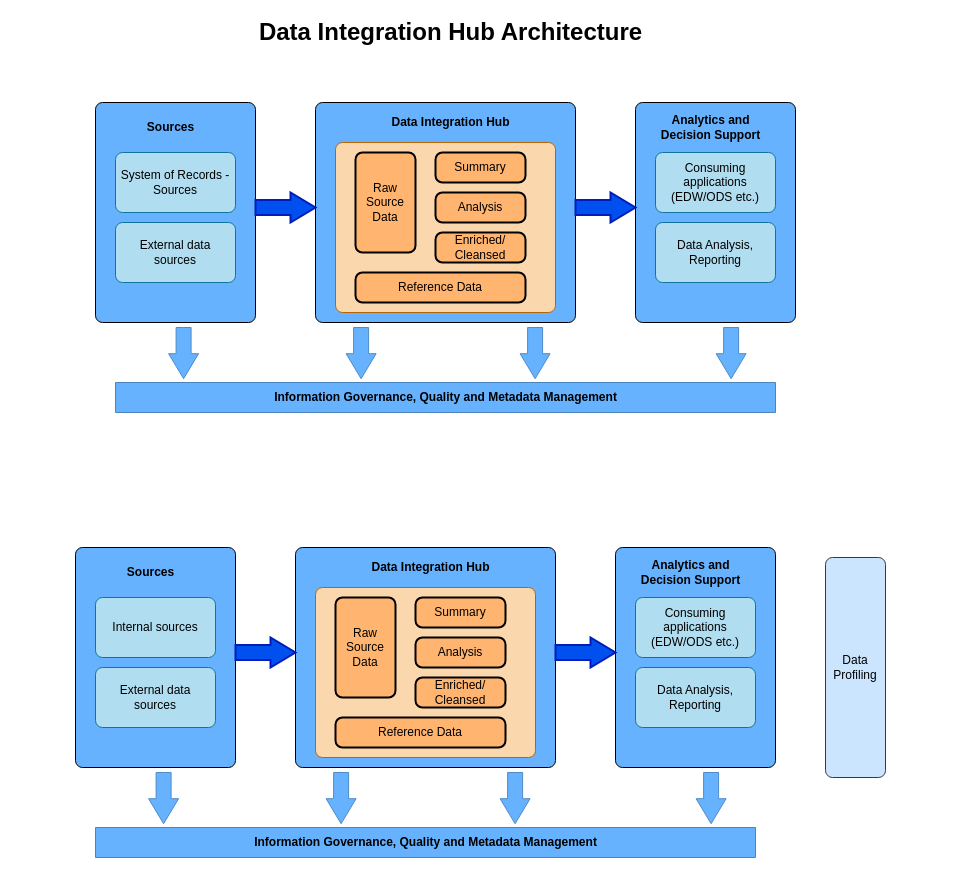
The draw.io diagram page "DIH Architecture" (3 of 3) of Single Customer View.drawio in uyennt01/Project1, before the edit. Source tidied: cells renumbered, new cells numbered last; positions are measured from the earlier drawing's top-left corner, leaving out a move shared by most shapes. Both pictures are drawn from the tidied source at 100%, with x=0, y=0 at pixel (75, 17).
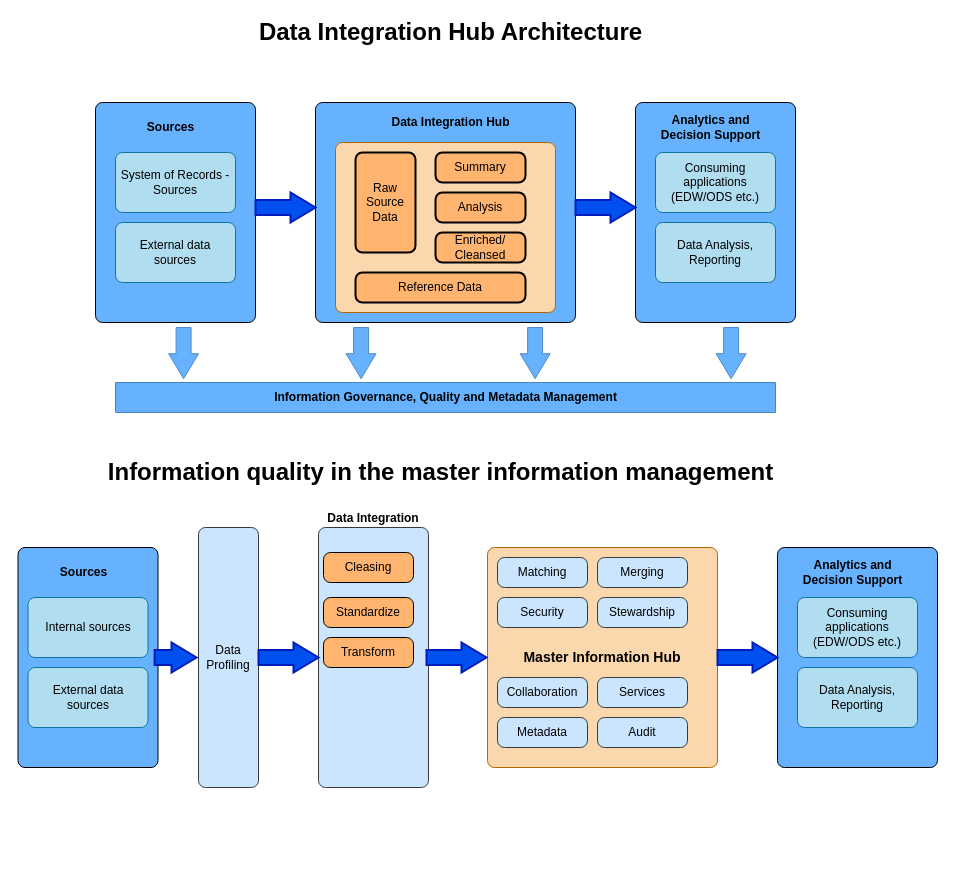
Above is the later version.

The edit, as a diff of the source:
```diff
@@
-    <mxCell id="26" style="rounded=1;whiteSpace=wrap;html=1;absoluteArcSize=1;arcSize=14;strokeWidth=1;fillColor=#66B2FF;" parent="1" vertex="1">
-      <mxGeometry x="220" y="530" width="260" height="220" as="geometry" />
-    </mxCell>
-    <mxCell id="27" value="Data Integration Hub" style="text;html=1;align=center;verticalAlign=middle;fillColor=none;strokeColor=none;rounded=0;fontStyle=1;" parent="1" vertex="1">
-      <mxGeometry x="290" y="540" width="130" height="20" as="geometry" />
-    </mxCell>
-    <mxCell id="28" style="rounded=1;whiteSpace=wrap;html=1;absoluteArcSize=1;arcSize=14;strokeWidth=1;fillColor=#fad7ac;strokeColor=#b46504;" parent="1" vertex="1">
-      <mxGeometry x="240" y="570" width="220" height="170" as="geometry" />
+    <mxCell id="28" value="Master Information Hub" style="rounded=1;whiteSpace=wrap;html=1;absoluteArcSize=1;arcSize=14;strokeWidth=1;fillColor=#fad7ac;strokeColor=#b46504;fontStyle=1;fontSize=14;" parent="1" vertex="1">
+      <mxGeometry x="412" y="530" width="230" height="220" as="geometry" />
     </mxCell>
-    <mxCell id="29" value="&lt;div&gt;Raw&lt;/div&gt;&lt;div&gt;Source&lt;br&gt;Data&lt;br&gt;&lt;/div&gt;" style="rounded=1;whiteSpace=wrap;html=1;absoluteArcSize=1;arcSize=14;strokeWidth=2;fillColor=#FFB570;" parent="1" vertex="1">
-      <mxGeometry x="260" y="580" width="60" height="100" as="geometry" />
-    </mxCell>
-    <mxCell id="30" value="Summary" style="rounded=1;whiteSpace=wrap;html=1;absoluteArcSize=1;arcSize=14;strokeWidth=2;fillColor=#FFB570;" parent="1" vertex="1">
-      <mxGeometry x="340" y="580" width="90" height="30" as="geometry" />
+    <mxCell id="30" value="Matching" style="rounded=1;whiteSpace=wrap;html=1;absoluteArcSize=1;arcSize=14;strokeWidth=1;fillColor=#cce5ff;strokeColor=#36393d;" parent="1" vertex="1">
+      <mxGeometry x="422" y="540" width="90" height="30" as="geometry" />
     </mxCell>
-    <mxCell id="31" value="Analysis" style="rounded=1;whiteSpace=wrap;html=1;absoluteArcSize=1;arcSize=14;strokeWidth=2;fillColor=#FFB570;" parent="1" vertex="1">
-      <mxGeometry x="340" y="620" width="90" height="30" as="geometry" />
+    <mxCell id="31" value="Merging" style="rounded=1;whiteSpace=wrap;html=1;absoluteArcSize=1;arcSize=14;strokeWidth=1;fillColor=#cce5ff;strokeColor=#36393d;" parent="1" vertex="1">
+      <mxGeometry x="522" y="540" width="90" height="30" as="geometry" />
     </mxCell>
-    <mxCell id="32" value="&lt;div&gt;Enriched/&lt;/div&gt;&lt;div&gt;Cleansed&lt;br&gt;&lt;/div&gt;" style="rounded=1;whiteSpace=wrap;html=1;absoluteArcSize=1;arcSize=14;strokeWidth=2;fillColor=#FFB570;" parent="1" vertex="1">
-      <mxGeometry x="340" y="660" width="90" height="30" as="geometry" />
-    </mxCell>
-    <mxCell id="33" value="Reference Data" style="rounded=1;whiteSpace=wrap;html=1;absoluteArcSize=1;arcSize=14;strokeWidth=2;fillColor=#FFB570;" parent="1" vertex="1">
-      <mxGeometry x="260" y="700" width="170" height="30" as="geometry" />
-    </mxCell>
     <mxCell id="34" style="rounded=1;whiteSpace=wrap;html=1;absoluteArcSize=1;arcSize=14;strokeWidth=1;fillColor=#66B2FF;" parent="1" vertex="1">
-      <mxGeometry x="540" y="530" width="160" height="220" as="geometry" />
+      <mxGeometry x="702" y="530" width="160" height="220" as="geometry" />
     </mxCell>
     <mxCell id="35" value="&lt;div&gt;Analytics and &lt;br&gt;&lt;/div&gt;&lt;div&gt;Decision Support&lt;/div&gt;" style="text;html=1;align=center;verticalAlign=middle;fillColor=none;strokeColor=none;rounded=0;fontStyle=1;" parent="1" vertex="1">
-      <mxGeometry x="560" y="540" width="110" height="30" as="geometry" />
+      <mxGeometry x="722" y="540" width="110" height="30" as="geometry" />
     </mxCell>
     <mxCell id="36" value="&lt;div&gt;Consuming applications&lt;/div&gt;&lt;div&gt;(EDW/ODS etc.)&lt;br&gt;&lt;/div&gt;" style="rounded=1;whiteSpace=wrap;html=1;absoluteArcSize=1;arcSize=14;strokeWidth=1;fillColor=#b1ddf0;strokeColor=#10739e;" parent="1" vertex="1">
-      <mxGeometry x="560" y="580" width="120" height="60" as="geometry" />
+      <mxGeometry x="722" y="580" width="120" height="60" as="geometry" />
     </mxCell>
     <mxCell id="37" value="&lt;div&gt;Data Analysis,&lt;/div&gt;&lt;div&gt;Reporting&lt;br&gt;&lt;/div&gt;" style="rounded=1;whiteSpace=wrap;html=1;absoluteArcSize=1;arcSize=14;strokeWidth=1;fillColor=#b1ddf0;strokeColor=#10739e;" parent="1" vertex="1">
-      <mxGeometry x="560" y="650" width="120" height="60" as="geometry" />
+      <mxGeometry x="722" y="650" width="120" height="60" as="geometry" />
     </mxCell>
     <mxCell id="38" style="rounded=1;whiteSpace=wrap;html=1;absoluteArcSize=1;arcSize=14;strokeWidth=1;fillColor=#66B2FF;" parent="1" vertex="1">
-      <mxGeometry y="530" width="160" height="220" as="geometry" />
+      <mxGeometry x="-57.5" y="530" width="140" height="220" as="geometry" />
     </mxCell>
     <mxCell id="39" value="Sources" style="text;html=1;align=center;verticalAlign=middle;fillColor=none;strokeColor=none;rounded=0;fontStyle=1;" parent="1" vertex="1">
-      <mxGeometry x="45" y="545" width="60" height="20" as="geometry" />
+      <mxGeometry x="-22.5" y="545" width="60" height="20" as="geometry" />
     </mxCell>
     <mxCell id="40" value="Internal sources" style="rounded=1;whiteSpace=wrap;html=1;absoluteArcSize=1;arcSize=14;strokeWidth=1;fillColor=#b1ddf0;strokeColor=#10739e;" parent="1" vertex="1">
-      <mxGeometry x="20" y="580" width="120" height="60" as="geometry" />
+      <mxGeometry x="-47.5" y="580" width="120" height="60" as="geometry" />
     </mxCell>
     <mxCell id="41" value="&lt;div&gt;External data &lt;br&gt;&lt;/div&gt;&lt;div&gt;sources&lt;/div&gt;" style="rounded=1;whiteSpace=wrap;html=1;absoluteArcSize=1;arcSize=14;strokeWidth=1;fillColor=#b1ddf0;strokeColor=#10739e;" parent="1" vertex="1">
-      <mxGeometry x="20" y="650" width="120" height="60" as="geometry" />
+      <mxGeometry x="-47.5" y="650" width="120" height="60" as="geometry" />
     </mxCell>
+    <mxCell id="43" style="verticalLabelPosition=bottom;verticalAlign=top;html=1;strokeWidth=2;shape=mxgraph.arrows2.arrow;dy=0.5;dx=25;notch=0;fillColor=#0050ef;strokeColor=#001DBC;fontColor=#ffffff;" parent="1" vertex="1">
+      <mxGeometry x="642" y="625" width="60" height="30" as="geometry" />
+    </mxCell>
+    <mxCell id="49" value="Data Profiling" style="rounded=1;whiteSpace=wrap;html=1;absoluteArcSize=1;arcSize=14;strokeWidth=1;fillColor=#cce5ff;labelPosition=center;verticalLabelPosition=middle;align=center;verticalAlign=middle;strokeColor=#36393d;" parent="1" vertex="1">
+      <mxGeometry x="123" y="510" width="60" height="260" as="geometry" />
+    </mxCell>
+    <mxCell id="50" style="verticalLabelPosition=bottom;verticalAlign=top;html=1;strokeWidth=2;shape=mxgraph.arrows2.arrow;dy=0.5;dx=25;notch=0;fillColor=#0050ef;strokeColor=#001DBC;fontColor=#ffffff;fontStyle=1;" parent="1" vertex="1">
+      <mxGeometry x="79.1" y="625" width="41.9" height="30" as="geometry" />
+    </mxCell>
+    <mxCell id="51" value="Data Integration" style="rounded=1;whiteSpace=wrap;html=1;absoluteArcSize=1;arcSize=14;strokeWidth=1;fillColor=#cce5ff;labelPosition=center;verticalLabelPosition=top;align=center;verticalAlign=bottom;strokeColor=#36393d;fontStyle=1;" parent="1" vertex="1">
+      <mxGeometry x="243" y="510" width="110" height="260" as="geometry" />
+    </mxCell>
+    <mxCell id="52" value="Cleasing" style="rounded=1;whiteSpace=wrap;html=1;absoluteArcSize=1;arcSize=14;strokeWidth=1;fillColor=#FFB570;" parent="1" vertex="1">
+      <mxGeometry x="248" y="535" width="90" height="30" as="geometry" />
+    </mxCell>
     <mxCell id="42" style="verticalLabelPosition=bottom;verticalAlign=top;html=1;strokeWidth=2;shape=mxgraph.arrows2.arrow;dy=0.5;dx=25;notch=0;fillColor=#0050ef;strokeColor=#001DBC;fontColor=#ffffff;fontStyle=1;" parent="1" vertex="1">
-      <mxGeometry x="160" y="620" width="60" height="30" as="geometry" />
+      <mxGeometry x="183" y="625" width="60" height="30" as="geometry" />
     </mxCell>
-    <mxCell id="43" style="verticalLabelPosition=bottom;verticalAlign=top;html=1;strokeWidth=2;shape=mxgraph.arrows2.arrow;dy=0.5;dx=25;notch=0;fillColor=#0050ef;strokeColor=#001DBC;fontColor=#ffffff;" parent="1" vertex="1">
-      <mxGeometry x="480" y="620" width="60" height="30" as="geometry" />
-    </mxCell>
-    <mxCell id="44" value="Information Governance, Quality and Metadata Management" style="verticalLabelPosition=middle;verticalAlign=middle;html=1;shape=mxgraph.basic.rect;fillColor2=none;strokeWidth=1;size=20;indent=5;fillColor=#66B2FF;labelPosition=center;align=center;fontStyle=1;strokeColor=#4B84BD;" parent="1" vertex="1">
-      <mxGeometry x="20" y="810" width="660" height="30" as="geometry" />
-    </mxCell>
-    <mxCell id="45" style="verticalLabelPosition=bottom;verticalAlign=top;html=1;strokeWidth=1;shape=mxgraph.arrows2.arrow;dy=0.5;dx=25;notch=0;fillColor=#66B2FF;strokeColor=#508BC7;fontColor=#ffffff;fontStyle=1;rotation=90;" parent="1" vertex="1">
-      <mxGeometry x="62.5" y="765.6" width="51.2" height="30" as="geometry" />
-    </mxCell>
-    <mxCell id="46" style="verticalLabelPosition=bottom;verticalAlign=top;html=1;strokeWidth=1;shape=mxgraph.arrows2.arrow;dy=0.5;dx=25;notch=0;fillColor=#66B2FF;strokeColor=#508BC7;fontColor=#ffffff;fontStyle=1;rotation=90;" parent="1" vertex="1">
-      <mxGeometry x="240" y="765.6" width="51.2" height="30" as="geometry" />
-    </mxCell>
-    <mxCell id="47" style="verticalLabelPosition=bottom;verticalAlign=top;html=1;strokeWidth=1;shape=mxgraph.arrows2.arrow;dy=0.5;dx=25;notch=0;fillColor=#66B2FF;strokeColor=#508BC7;fontColor=#ffffff;fontStyle=1;rotation=90;" parent="1" vertex="1">
-      <mxGeometry x="414" y="765.6" width="51.2" height="30" as="geometry" />
-    </mxCell>
-    <mxCell id="48" style="verticalLabelPosition=bottom;verticalAlign=top;html=1;strokeWidth=1;shape=mxgraph.arrows2.arrow;dy=0.5;dx=25;notch=0;fillColor=#66B2FF;strokeColor=#508BC7;fontColor=#ffffff;fontStyle=1;rotation=90;" parent="1" vertex="1">
-      <mxGeometry x="610" y="765.6" width="51.2" height="30" as="geometry" />
-    </mxCell>
-    <mxCell id="49" value="Data Profiling" style="rounded=1;whiteSpace=wrap;html=1;absoluteArcSize=1;arcSize=14;strokeWidth=1;fillColor=#cce5ff;labelPosition=center;verticalLabelPosition=middle;align=center;verticalAlign=middle;strokeColor=#36393d;" parent="1" vertex="1">
-      <mxGeometry x="750" y="540" width="60" height="220" as="geometry" />
-    </mxCell>
+    <mxCell id="53" value="Standardize" style="rounded=1;whiteSpace=wrap;html=1;absoluteArcSize=1;arcSize=14;strokeWidth=1;fillColor=#FFB570;" parent="1" vertex="1">
+      <mxGeometry x="248" y="580" width="90" height="30" as="geometry" />
+    </mxCell>
+    <mxCell id="54" value="Transform" style="rounded=1;whiteSpace=wrap;html=1;absoluteArcSize=1;arcSize=14;strokeWidth=1;fillColor=#FFB570;" parent="1" vertex="1">
+      <mxGeometry x="248" y="620" width="90" height="30" as="geometry" />
+    </mxCell>
+    <mxCell id="55" value="Security" style="rounded=1;whiteSpace=wrap;html=1;absoluteArcSize=1;arcSize=14;strokeWidth=1;fillColor=#cce5ff;strokeColor=#36393d;" parent="1" vertex="1">
+      <mxGeometry x="422" y="580" width="90" height="30" as="geometry" />
+    </mxCell>
+    <mxCell id="56" value="Stewardship" style="rounded=1;whiteSpace=wrap;html=1;absoluteArcSize=1;arcSize=14;strokeWidth=1;fillColor=#cce5ff;strokeColor=#36393d;" parent="1" vertex="1">
+      <mxGeometry x="522" y="580" width="90" height="30" as="geometry" />
+    </mxCell>
+    <mxCell id="57" value="Collaboration" style="rounded=1;whiteSpace=wrap;html=1;absoluteArcSize=1;arcSize=14;strokeWidth=1;fillColor=#cce5ff;strokeColor=#36393d;" parent="1" vertex="1">
+      <mxGeometry x="422" y="660" width="90" height="30" as="geometry" />
+    </mxCell>
+    <mxCell id="58" value="Services" style="rounded=1;whiteSpace=wrap;html=1;absoluteArcSize=1;arcSize=14;strokeWidth=1;fillColor=#cce5ff;strokeColor=#36393d;" parent="1" vertex="1">
+      <mxGeometry x="522" y="660" width="90" height="30" as="geometry" />
+    </mxCell>
+    <mxCell id="59" value="Metadata" style="rounded=1;whiteSpace=wrap;html=1;absoluteArcSize=1;arcSize=14;strokeWidth=1;fillColor=#cce5ff;strokeColor=#36393d;" parent="1" vertex="1">
+      <mxGeometry x="422" y="700" width="90" height="30" as="geometry" />
+    </mxCell>
+    <mxCell id="60" value="Audit" style="rounded=1;whiteSpace=wrap;html=1;absoluteArcSize=1;arcSize=14;strokeWidth=1;fillColor=#cce5ff;strokeColor=#36393d;" parent="1" vertex="1">
+      <mxGeometry x="522" y="700" width="90" height="30" as="geometry" />
+    </mxCell>
+    <mxCell id="61" style="verticalLabelPosition=bottom;verticalAlign=top;html=1;strokeWidth=2;shape=mxgraph.arrows2.arrow;dy=0.5;dx=25;notch=0;fillColor=#0050ef;strokeColor=#001DBC;fontColor=#ffffff;fontStyle=1;" parent="1" vertex="1">
+      <mxGeometry x="351" y="625" width="60" height="30" as="geometry" />
+    </mxCell>
+    <mxCell id="62" value="Information quality in the master information management" style="text;html=1;align=center;verticalAlign=middle;fillColor=none;strokeColor=none;rounded=0;fontStyle=1;fontSize=24;" parent="1" vertex="1">
+      <mxGeometry x="25" y="440" width="680" height="30" as="geometry" />
+    </mxCell>
```
